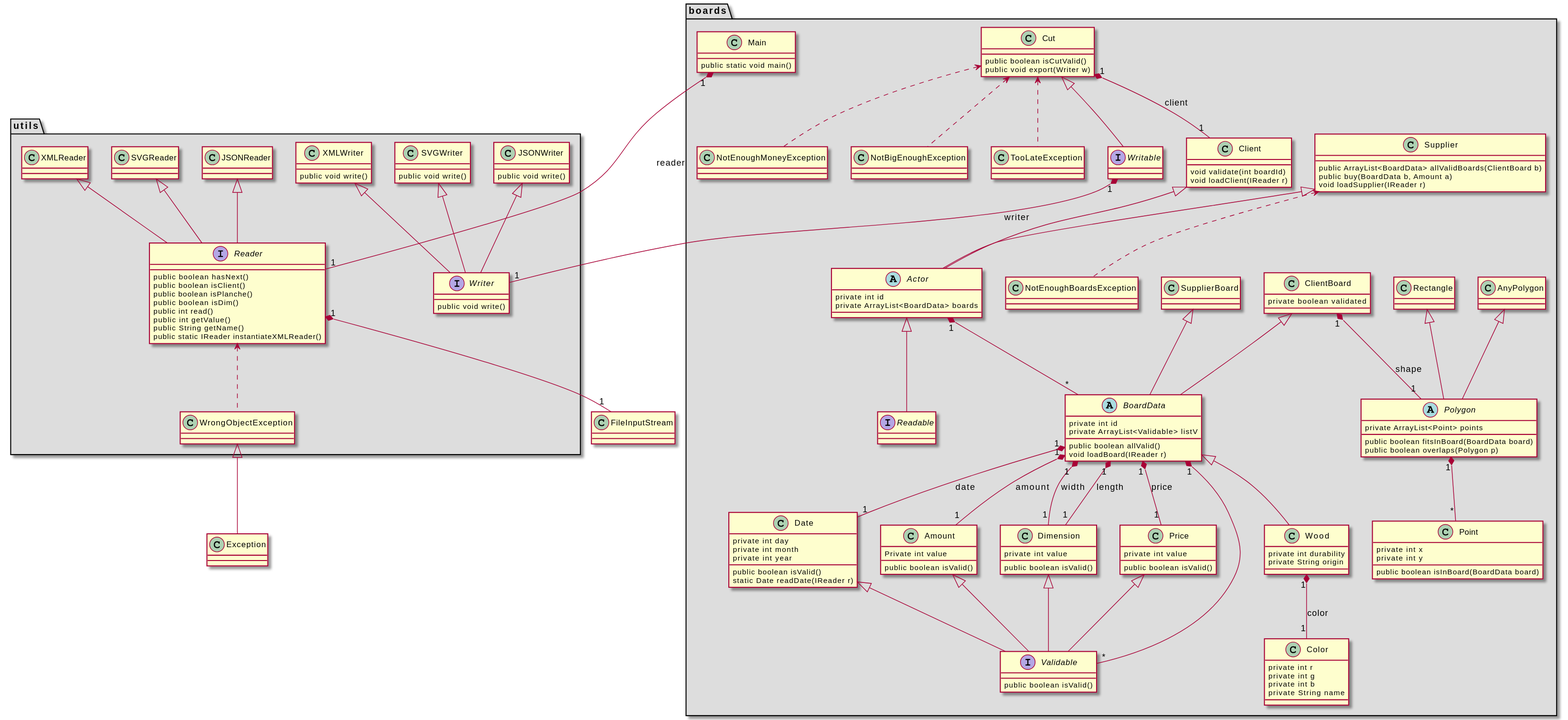
Above: Diagramme UML.svg in Alexandre-enseirb/PG220 (PlantUML), before the change.
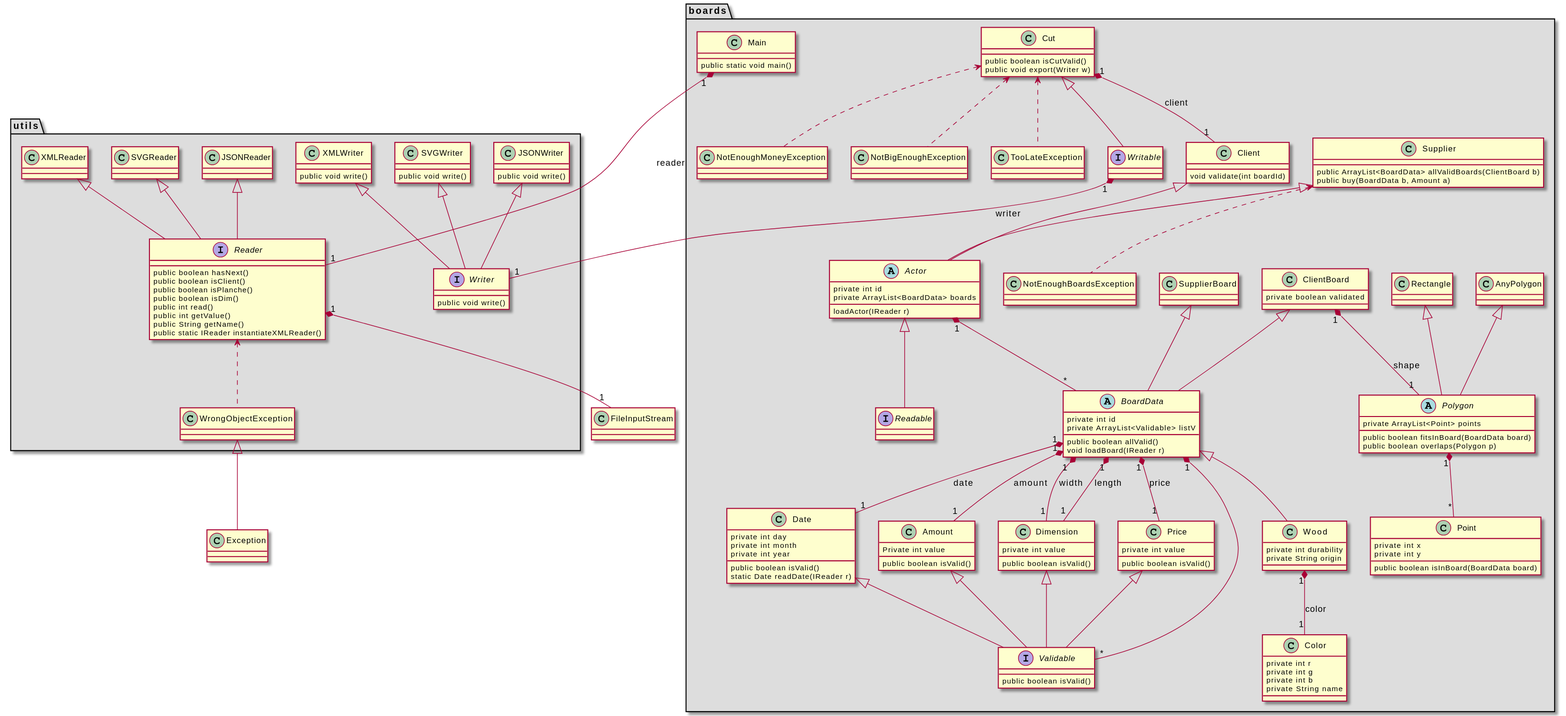
After the change.

Commit message:
class diagram update

* Removed loadClient() and loadSupplier()
* Added loadActor() in class Actor

The edit, as a diff of the source:
```diff
@@ -91,18 +91,18 @@
 	abstract Actor{
 		private int id
 		private ArrayList<BoardData> boards
+		loadActor(IReader r)
 	}
 
 	class Client{
 
 		void validate(int boardId)
-		void loadClient(IReader r)
+
 	}
 
 	class Supplier{
 		public ArrayList<BoardData> allValidBoards(ClientBoard b)
 		public buy(BoardData b, Amount a)
-		void loadSupplier(IReader r)
 	}
 
 
```
